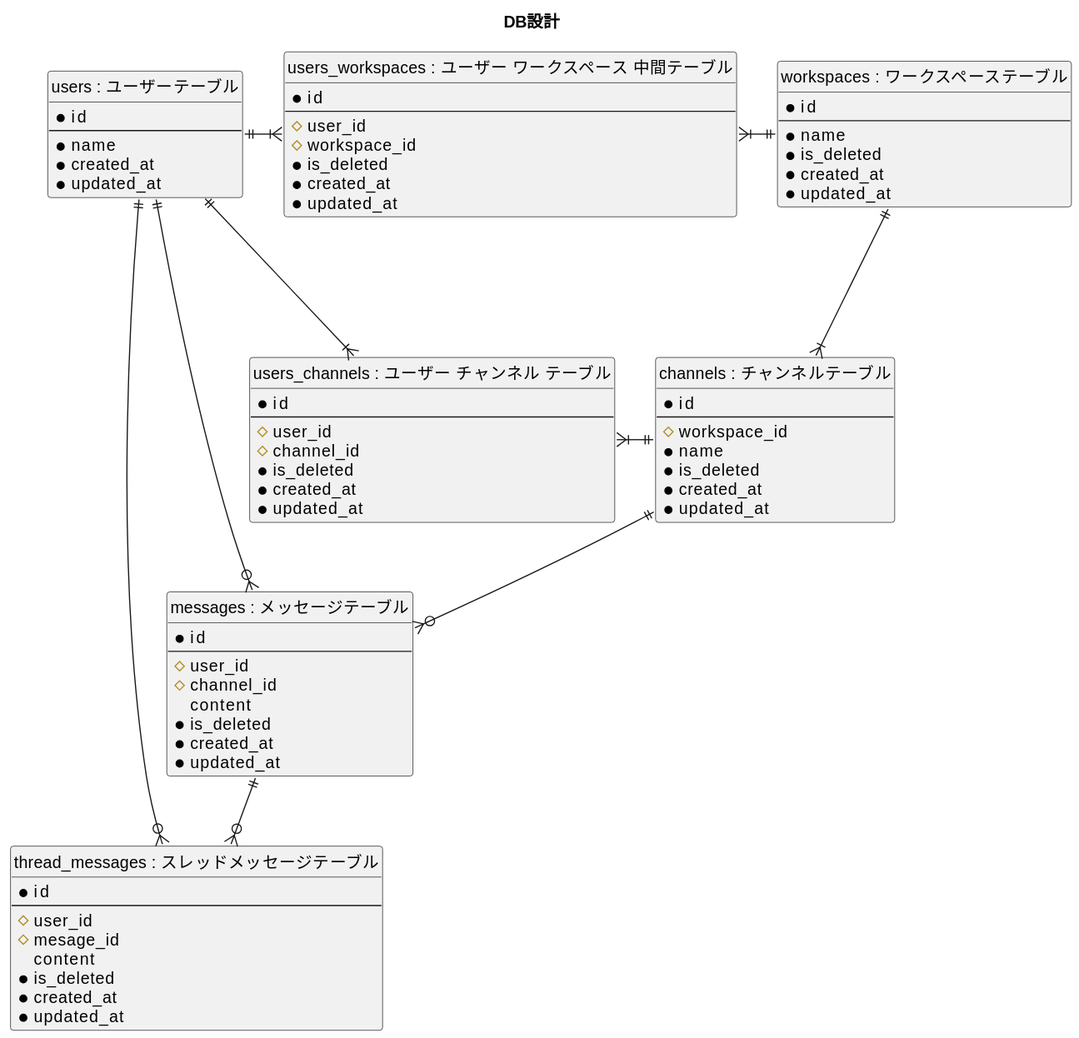
This is RSnHzWhxTB705z/01_データベース設計/02_DBモデリング2/er_diagram.svg from praha-inc/praha-challenge-7, a PlantUML export, as it was before one commit. Its diagram source:
```plantuml
@startuml
hide circle

title DB設計

entity "users : ユーザーテーブル" as users {
  *id
  --
  *name
  *created_at
  *updated_at
}

entity "workspaces : ワークスペーステーブル" as workspaces {
  *id
  --
  *name
  *is_deleted
  *created_at
  *updated_at
}

entity "users_workspaces : ユーザー ワークスペース 中間テーブル" as users_workspaces {
  *id
  --
  #user_id
  #workspace_id
  *is_deleted
  *created_at
  *updated_at
}

entity "channels : チャンネルテーブル" as channels {
  *id
  --
  #workspace_id
  *name
  *is_deleted
  *created_at
  *updated_at
}

entity "users_channels : ユーザー チャンネル テーブル" as users_channels {
  *id
  --
  #user_id
  #channel_id
  *is_deleted
  *created_at
  *updated_at
}

entity "messages : メッセージテーブル" as messages {
  *id
  --
  #user_id
  #channel_id
  content
  *is_deleted
  *created_at
  *updated_at
}

entity "thread_messages : スレッドメッセージテーブル" as thread_messages {
  *id
  --
  #user_id
  #mesage_id
  content
  *is_deleted
  *created_at
  *updated_at
}

users ||-r-|{ users_workspaces
workspaces ||-l-|{ users_workspaces
workspaces ||--d-|{ channels

users ||--d-|{ users_channels
channels ||-l-|{ users_channels

users ||--o{ messages
channels ||-d-o{ messages

users ||--o{ thread_messages
messages ||-d-o{ thread_messages
@enduml
```
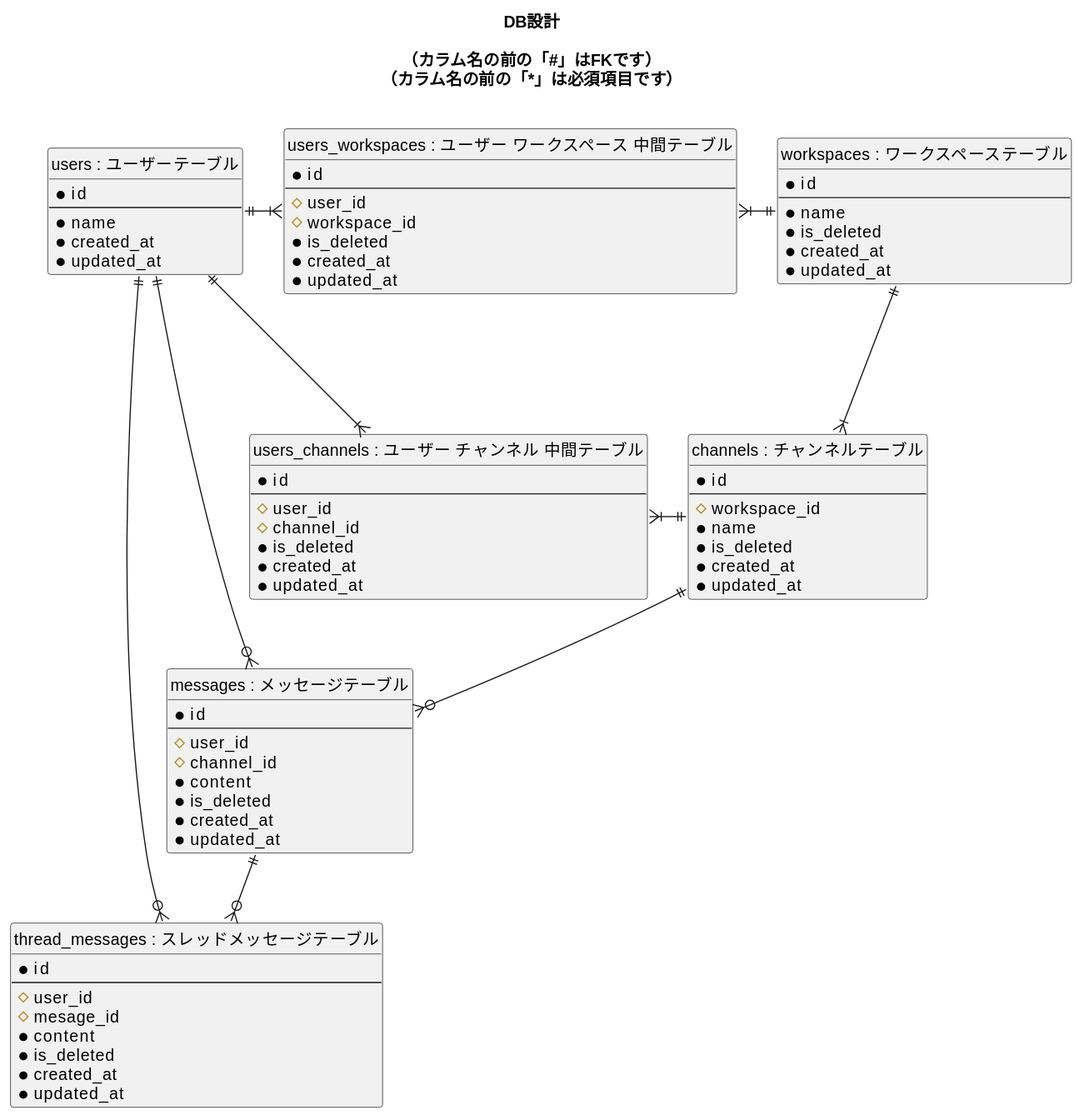
After the commit.

Diff of the diagram source:
```diff
@@ -1,7 +1,15 @@
 @startuml
+
+
 hide circle
 
-title DB設計
+title
+DB設計
+
+（カラム名の前の「#」はFKです）
+（カラム名の前の「*」は必須項目です）
+
+endtitle
 
 entity "users : ユーザーテーブル" as users {
   *id
@@ -40,7 +48,7 @@
   *updated_at
 }
 
-entity "users_channels : ユーザー チャンネル テーブル" as users_channels {
+entity "users_channels : ユーザー チャンネル 中間テーブル" as users_channels {
   *id
   --
   #user_id
@@ -55,7 +63,7 @@
   --
   #user_id
   #channel_id
-  content
+  *content
   *is_deleted
   *created_at
   *updated_at
@@ -66,7 +74,7 @@
   --
   #user_id
   #mesage_id
-  content
+  *content
   *is_deleted
   *created_at
   *updated_at
```
